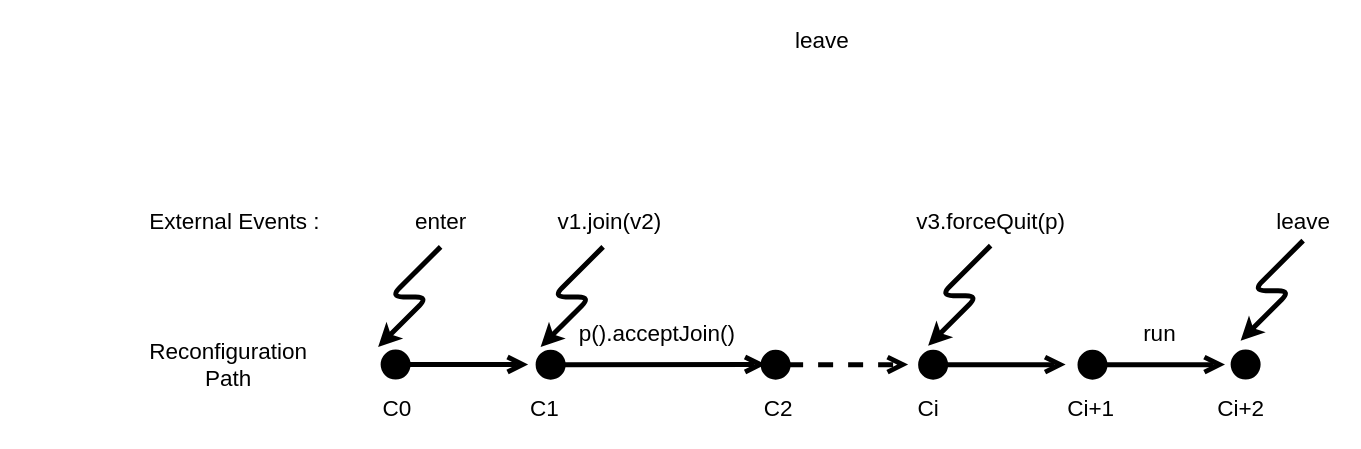
The draw.io diagram MUcover.drawio in jpgros/site-web, before the edit. Source tidied: cells renumbered, new cells numbered last; positions are measured from the earlier drawing's top-left corner, leaving out a move shared by most shapes. Both pictures are drawn from the tidied source at 125%, with x=0, y=0 at pixel (140, 21).
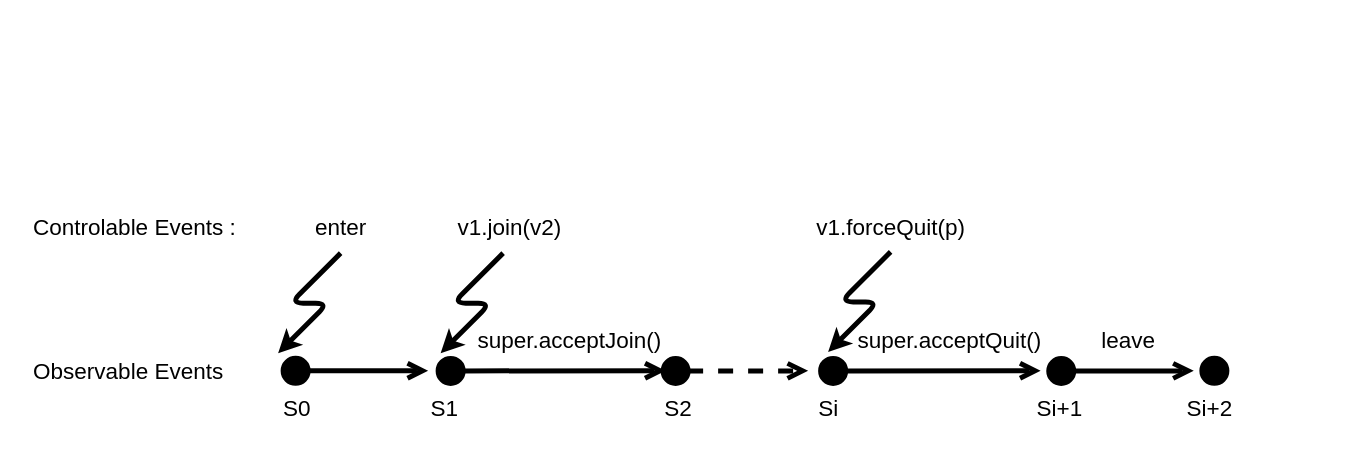
The same diagram, later.

What changed in the source:
```diff
@@
-    <mxCell id="2" value="External Events :" style="text;html=1;align=center;verticalAlign=middle;fontSize=18;" parent="1" vertex="1">
-      <mxGeometry y="145" width="150" height="30" as="geometry" />
+    <mxCell id="2" value="Controlable Events :" style="text;html=1;align=center;verticalAlign=middle;fontSize=18;" parent="1" vertex="1">
+      <mxGeometry x="-95" y="150" width="180" height="30" as="geometry" />
     </mxCell>
-    <mxCell id="3" value="Reconfiguration&lt;br&gt;Path" style="text;html=1;align=center;verticalAlign=middle;fontSize=18;" parent="1" vertex="1">
-      <mxGeometry y="250" width="140" height="50" as="geometry" />
+    <mxCell id="3" value="Observable Events" style="text;html=1;align=center;verticalAlign=middle;fontSize=18;" parent="1" vertex="1">
+      <mxGeometry x="-95" y="265" width="170" height="30" as="geometry" />
     </mxCell>
     <mxCell id="4" style="endArrow=open;startArrow=circle;endFill=0;startFill=1;endSize=8;html=1;strokeWidth=4;fontSize=18;" parent="1" edge="1">
       <mxGeometry relative="1" as="geometry">
-        <mxPoint x="190" y="274.2" as="sourcePoint" />
-        <mxPoint x="310" y="274" as="targetPoint" />
+        <mxPoint x="110" y="279.2" as="sourcePoint" />
+        <mxPoint x="230" y="279" as="targetPoint" />
       </mxGeometry>
     </mxCell>
-    <mxCell id="5" value="C0" style="text;html=1;align=center;verticalAlign=middle;fontSize=18;" parent="1" vertex="1">
-      <mxGeometry x="185" y="295" width="40" height="30" as="geometry" />
-    </mxCell>
     <mxCell id="6" style="endArrow=open;startArrow=circle;endFill=0;startFill=1;endSize=8;html=1;strokeWidth=4;fontSize=18;dashed=1;" parent="1" edge="1">
       <mxGeometry relative="1" as="geometry">
-        <mxPoint x="494" y="274.3" as="sourcePoint" />
-        <mxPoint x="614" y="274.2" as="targetPoint" />
+        <mxPoint x="414" y="279.3" as="sourcePoint" />
+        <mxPoint x="534" y="279.2" as="targetPoint" />
       </mxGeometry>
     </mxCell>
     <mxCell id="7" style="endArrow=open;startArrow=circle;endFill=0;startFill=1;endSize=8;html=1;strokeWidth=4;fontSize=18;" parent="1" edge="1">
       <mxGeometry relative="1" as="geometry">
-        <mxPoint x="620" y="274.3" as="sourcePoint" />
-        <mxPoint x="740" y="274.2" as="targetPoint" />
+        <mxPoint x="540" y="279.3" as="sourcePoint" />
+        <mxPoint x="720" y="279" as="targetPoint" />
       </mxGeometry>
     </mxCell>
     <mxCell id="8" style="endArrow=open;startArrow=circle;endFill=0;startFill=1;endSize=8;html=1;strokeWidth=4;fontSize=18;" parent="1" edge="1">
       <mxGeometry relative="1" as="geometry">
-        <mxPoint x="747.5" y="274.3" as="sourcePoint" />
-        <mxPoint x="867.5" y="274.2" as="targetPoint" />
+        <mxPoint x="722.5" y="279.3" as="sourcePoint" />
+        <mxPoint x="842.5" y="279.2" as="targetPoint" />
       </mxGeometry>
     </mxCell>
     <mxCell id="9" style="endArrow=none;startArrow=circle;endFill=0;startFill=1;endSize=8;html=1;strokeWidth=4;fontSize=18;" parent="1" edge="1">
       <mxGeometry relative="1" as="geometry">
-        <mxPoint x="870" y="274.4" as="sourcePoint" />
-        <mxPoint x="890" y="274.1" as="targetPoint" />
+        <mxPoint x="845" y="279.4" as="sourcePoint" />
+        <mxPoint x="865" y="279.1" as="targetPoint" />
       </mxGeometry>
     </mxCell>
-    <mxCell id="10" value="Ci" style="text;html=1;align=center;verticalAlign=middle;fontSize=18;" parent="1" vertex="1">
-      <mxGeometry x="615" y="295" width="30" height="30" as="geometry" />
-    </mxCell>
-    <mxCell id="11" value="Ci+1" style="text;html=1;align=center;verticalAlign=middle;fontSize=18;" parent="1" vertex="1">
-      <mxGeometry x="735" y="295" width="50" height="30" as="geometry" />
-    </mxCell>
-    <mxCell id="12" value="&lt;div&gt;Ci+2&lt;/div&gt;" style="text;html=1;align=center;verticalAlign=middle;fontSize=18;" parent="1" vertex="1">
-      <mxGeometry x="855" y="295" width="50" height="30" as="geometry" />
-    </mxCell>
     <mxCell id="13" style="endArrow=classic;html=1;strokeWidth=4;fontSize=18;" parent="1" edge="1">
       <mxGeometry relative="1" as="geometry">
-        <mxPoint x="680" y="179" as="sourcePoint" />
-        <mxPoint x="630" y="259" as="targetPoint" />
+        <mxPoint x="600" y="184" as="sourcePoint" />
+        <mxPoint x="550" y="264" as="targetPoint" />
         <Array as="points">
-          <mxPoint x="680" y="179" />
-          <mxPoint x="640" y="219" />
-          <mxPoint x="670" y="219" />
+          <mxPoint x="600" y="184" />
+          <mxPoint x="560" y="224" />
+          <mxPoint x="590" y="224" />
         </Array>
       </mxGeometry>
     </mxCell>
-    <mxCell id="14" value="v3.forceQuit(p)" style="text;html=1;align=center;verticalAlign=middle;fontSize=18;" parent="1" vertex="1">
-      <mxGeometry x="615" y="145" width="130" height="30" as="geometry" />
+    <mxCell id="14" value="v1.forceQuit(p)" style="text;html=1;align=center;verticalAlign=middle;fontSize=18;" parent="1" vertex="1">
+      <mxGeometry x="535" y="150" width="130" height="30" as="geometry" />
     </mxCell>
     <mxCell id="15" style="endArrow=open;startArrow=circle;endFill=0;startFill=1;endSize=8;html=1;strokeWidth=4;fontSize=18;" parent="1" edge="1">
       <mxGeometry relative="1" as="geometry">
-        <mxPoint x="314" y="274.3" as="sourcePoint" />
-        <mxPoint x="500" y="274" as="targetPoint" />
+        <mxPoint x="234" y="279.3" as="sourcePoint" />
+        <mxPoint x="420" y="279" as="targetPoint" />
       </mxGeometry>
     </mxCell>
-    <mxCell id="16" value="C1" style="text;html=1;align=center;verticalAlign=middle;fontSize=18;" parent="1" vertex="1">
-      <mxGeometry x="302.5" y="295" width="40" height="30" as="geometry" />
-    </mxCell>
-    <mxCell id="17" value="C2" style="text;html=1;align=center;verticalAlign=middle;fontSize=18;" parent="1" vertex="1">
-      <mxGeometry x="490" y="295" width="40" height="30" as="geometry" />
-    </mxCell>
-    <mxCell id="18" value="p().acceptJoin()" style="text;html=1;align=center;verticalAlign=middle;fontSize=18;" parent="1" vertex="1">
-      <mxGeometry x="342.5" y="235" width="140" height="30" as="geometry" />
+    <mxCell id="18" value="super.acceptJoin()" style="text;html=1;align=center;verticalAlign=middle;fontSize=18;" parent="1" vertex="1">
+      <mxGeometry x="262.5" y="240" width="160" height="30" as="geometry" />
     </mxCell>
-    <mxCell id="19" value="run" style="text;html=1;align=center;verticalAlign=middle;fontSize=18;" parent="1" vertex="1">
-      <mxGeometry x="795" y="235" width="40" height="30" as="geometry" />
+    <mxCell id="19" value="super.acceptQuit()" style="text;html=1;align=center;verticalAlign=middle;fontSize=18;" parent="1" vertex="1">
+      <mxGeometry x="567" y="240" width="160" height="30" as="geometry" />
     </mxCell>
-    <mxCell id="20" value="leave" style="text;html=1;align=center;verticalAlign=middle;fontSize=18;" parent="1" vertex="1">
-      <mxGeometry x="515" width="60" height="30" as="geometry" />
-    </mxCell>
     <mxCell id="21" value="enter" style="text;html=1;align=center;verticalAlign=middle;fontSize=18;" parent="1" vertex="1">
-      <mxGeometry x="210" y="145" width="60" height="30" as="geometry" />
+      <mxGeometry x="130" y="150" width="60" height="30" as="geometry" />
     </mxCell>
     <mxCell id="22" style="endArrow=classic;html=1;strokeWidth=4;fontSize=18;" parent="1" edge="1">
       <mxGeometry relative="1" as="geometry">
-        <mxPoint x="240" y="180" as="sourcePoint" />
-        <mxPoint x="190" y="260" as="targetPoint" />
+        <mxPoint x="160" y="185" as="sourcePoint" />
+        <mxPoint x="110" y="265" as="targetPoint" />
         <Array as="points">
-          <mxPoint x="240" y="180" />
-          <mxPoint x="200" y="220" />
-          <mxPoint x="230" y="220" />
+          <mxPoint x="160" y="185" />
+          <mxPoint x="120" y="225" />
+          <mxPoint x="150" y="225" />
         </Array>
       </mxGeometry>
     </mxCell>
-    <mxCell id="23" style="endArrow=classic;html=1;strokeWidth=4;fontSize=18;" parent="1" edge="1">
-      <mxGeometry relative="1" as="geometry">
-        <mxPoint x="930" y="175" as="sourcePoint" />
-        <mxPoint x="880" y="255" as="targetPoint" />
-        <Array as="points">
-          <mxPoint x="930" y="175" />
-          <mxPoint x="890" y="215" />
-          <mxPoint x="920" y="215" />
-        </Array>
-      </mxGeometry>
-    </mxCell>
     <mxCell id="24" value="leave" style="text;html=1;align=center;verticalAlign=middle;fontSize=18;" parent="1" vertex="1">
-      <mxGeometry x="900" y="145" width="60" height="30" as="geometry" />
+      <mxGeometry x="760" y="240" width="60" height="30" as="geometry" />
     </mxCell>
     <mxCell id="25" style="endArrow=classic;html=1;strokeWidth=4;fontSize=18;" parent="1" edge="1">
       <mxGeometry relative="1" as="geometry">
-        <mxPoint x="370" y="180" as="sourcePoint" />
-        <mxPoint x="320" y="260" as="targetPoint" />
+        <mxPoint x="290" y="185" as="sourcePoint" />
+        <mxPoint x="240" y="265" as="targetPoint" />
         <Array as="points">
-          <mxPoint x="370" y="180" />
-          <mxPoint x="330" y="220" />
-          <mxPoint x="360" y="220" />
+          <mxPoint x="290" y="185" />
+          <mxPoint x="250" y="225" />
+          <mxPoint x="280" y="225" />
         </Array>
       </mxGeometry>
     </mxCell>
     <mxCell id="26" value="v1.join(v2)" style="text;html=1;align=center;verticalAlign=middle;fontSize=18;" parent="1" vertex="1">
-      <mxGeometry x="325" y="145" width="100" height="30" as="geometry" />
+      <mxGeometry x="245" y="150" width="100" height="30" as="geometry" />
     </mxCell>
+    <mxCell id="27" value="S0" style="text;html=1;align=center;verticalAlign=middle;fontSize=18;" parent="1" vertex="1">
+      <mxGeometry x="105" y="295" width="40" height="30" as="geometry" />
+    </mxCell>
+    <mxCell id="28" value="Si" style="text;html=1;align=center;verticalAlign=middle;fontSize=18;" parent="1" vertex="1">
+      <mxGeometry x="535" y="295" width="30" height="30" as="geometry" />
+    </mxCell>
+    <mxCell id="29" value="Si+1" style="text;html=1;align=center;verticalAlign=middle;fontSize=18;" parent="1" vertex="1">
+      <mxGeometry x="710" y="295" width="50" height="30" as="geometry" />
+    </mxCell>
+    <mxCell id="30" value="S1" style="text;html=1;align=center;verticalAlign=middle;fontSize=18;" parent="1" vertex="1">
+      <mxGeometry x="222.5" y="295" width="40" height="30" as="geometry" />
+    </mxCell>
+    <mxCell id="31" value="S2" style="text;html=1;align=center;verticalAlign=middle;fontSize=18;" parent="1" vertex="1">
+      <mxGeometry x="410" y="295" width="40" height="30" as="geometry" />
+    </mxCell>
+    <mxCell id="32" value="Si+2" style="text;html=1;align=center;verticalAlign=middle;fontSize=18;" parent="1" vertex="1">
+      <mxGeometry x="830" y="295" width="50" height="30" as="geometry" />
+    </mxCell>
```
